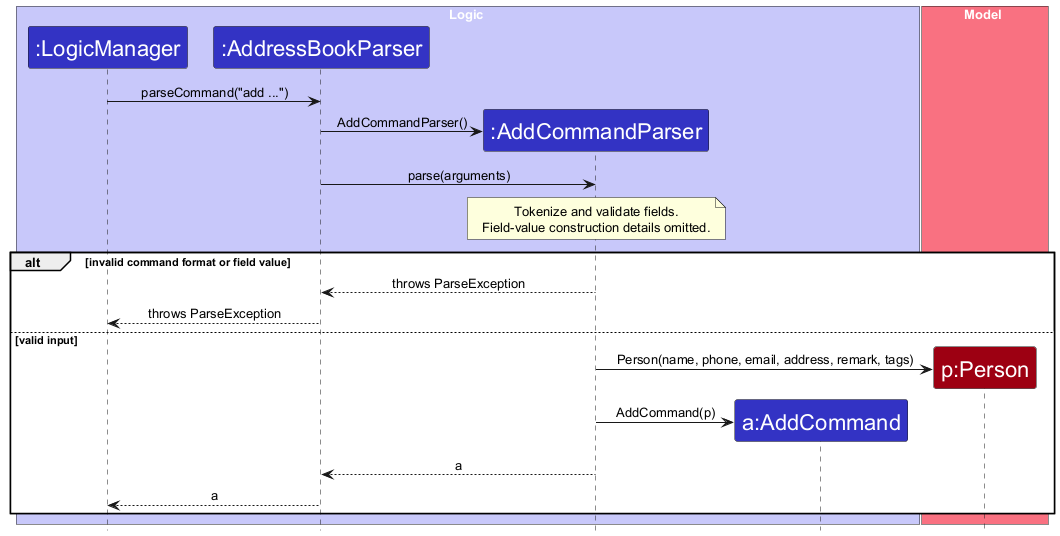
AY2627S1-CS2103T-W08-3/tp keeps this PlantUML diagram as docs/images/AddCommandParsingSequenceDiagram.png. Above is the earlier version.
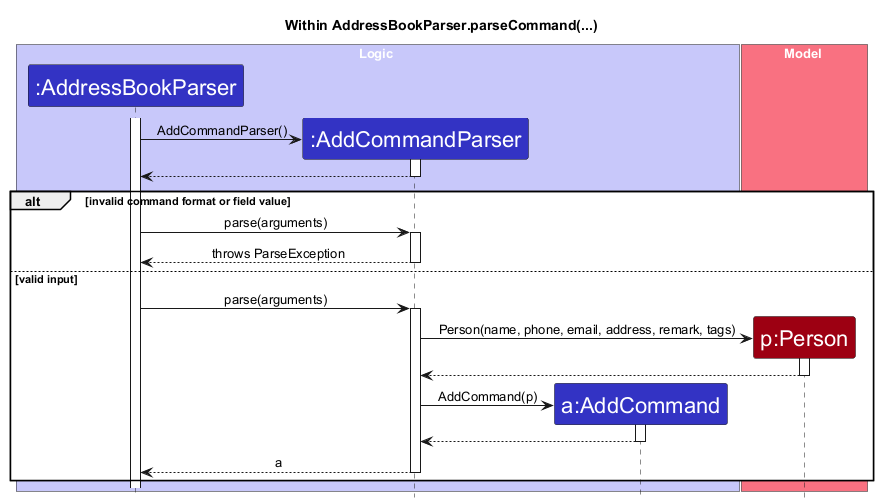
After the change.

Commit message:
Restore activation bars in Add sequence diagrams

The edit, as a diff of the source:
```diff
@@ -10,8 +10,9 @@
     Padding 8
 }
 
+title Within AddressBookParser.parseCommand(...)
+
 box Logic LOGIC_COLOR_T1
-participant ":LogicManager" as LogicManager LOGIC_COLOR
 participant ":AddressBookParser" as AddressBookParser LOGIC_COLOR
 participant ":AddCommandParser" as AddCommandParser LOGIC_COLOR
 participant "a:AddCommand" as AddCommand LOGIC_COLOR
@@ -21,25 +22,32 @@
 participant "p:Person" as Person MODEL_COLOR
 end box
 
-LogicManager -> AddressBookParser : parseCommand("add ...")
+activate AddressBookParser
 create AddCommandParser
 AddressBookParser -> AddCommandParser : AddCommandParser()
-AddressBookParser -> AddCommandParser : parse(arguments)
-
-note over AddCommandParser
-    Tokenize and validate fields.
-    Field-value construction details omitted.
-end note
+activate AddCommandParser
+AddCommandParser --> AddressBookParser
+deactivate AddCommandParser
 
 alt invalid command format or field value
+    AddressBookParser -> AddCommandParser : parse(arguments)
+    activate AddCommandParser
     AddCommandParser --> AddressBookParser : throws ParseException
-    AddressBookParser --> LogicManager : throws ParseException
+    deactivate AddCommandParser
 else valid input
+    AddressBookParser -> AddCommandParser : parse(arguments)
+    activate AddCommandParser
     create Person
     AddCommandParser -> Person : Person(name, phone, email, address, remark, tags)
+    activate Person
+    Person --> AddCommandParser
+    deactivate Person
     create AddCommand
     AddCommandParser -> AddCommand : AddCommand(p)
+    activate AddCommand
+    AddCommand --> AddCommandParser
+    deactivate AddCommand
     AddCommandParser --> AddressBookParser : a
-    AddressBookParser --> LogicManager : a
+    deactivate AddCommandParser
 end
 @enduml
```
